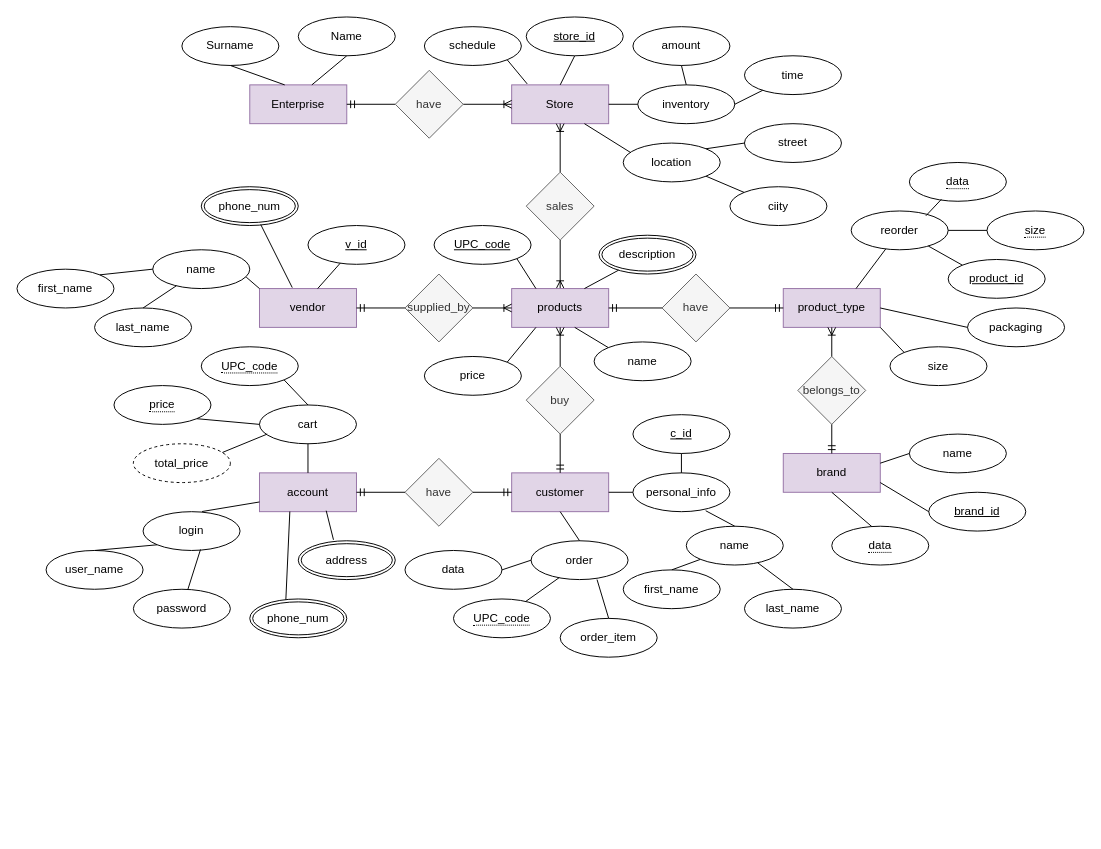
Earlier version of the draw.io diagram Untitled Diagram.drawio (Sayakhatova/DBlab). Source tidied: cells renumbered, new cells numbered last; positions are measured from the earlier drawing's top-left corner, leaving out a move shared by most shapes. Both pictures are drawn from the tidied source at 97%, with x=0, y=0 at pixel (16, 16).
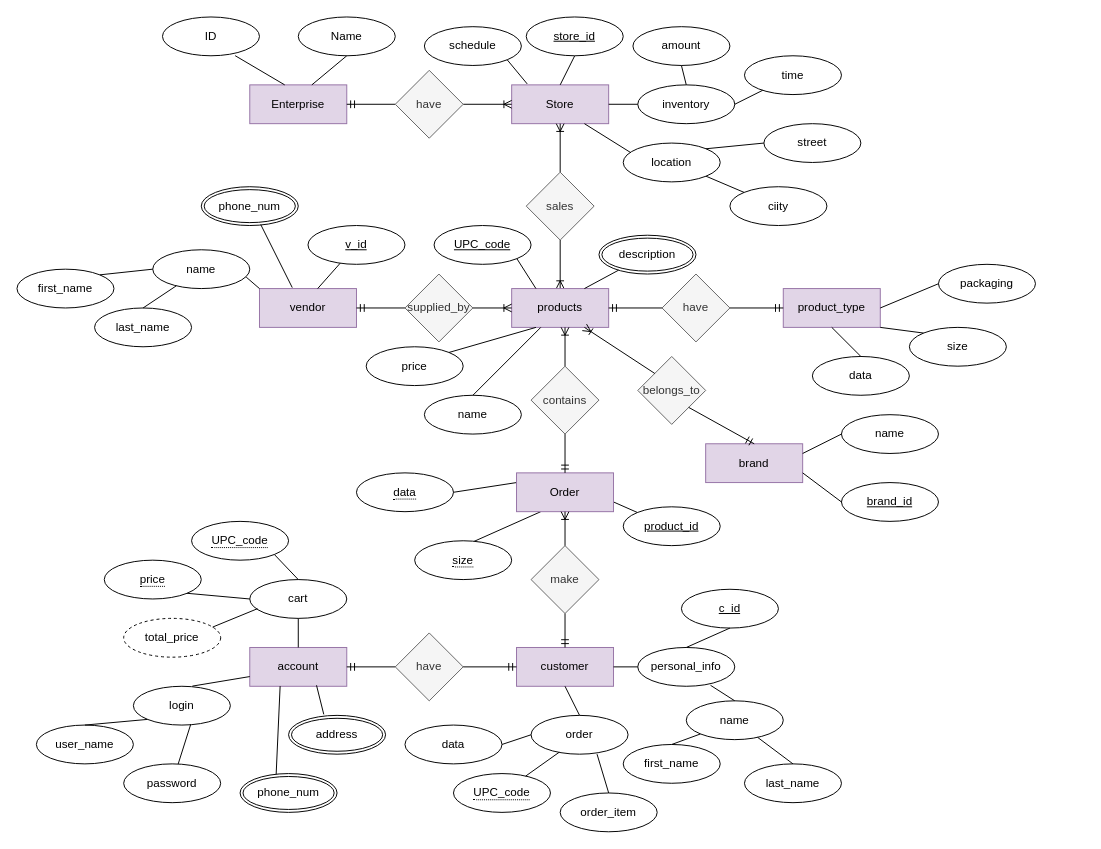
Above is the later version.

Unchanged cells that the change refers to:
```xml
<mxCell id="2" value="Enterprise" style="whiteSpace=wrap;html=1;align=center;rounded=0;sketch=0;fillColor=#e1d5e7;strokeColor=#9673a6;" parent="1" vertex="1">
  <mxGeometry x="240" y="70" width="100" height="40" as="geometry" />
</mxCell>
<mxCell id="29" value="products" style="whiteSpace=wrap;html=1;align=center;rounded=0;sketch=0;fillColor=#e1d5e7;strokeColor=#9673a6;" parent="1" vertex="1">
  <mxGeometry x="510" y="280" width="100" height="40" as="geometry" />
</mxCell>
<mxCell id="31" value="product_type" style="whiteSpace=wrap;html=1;align=center;rounded=0;sketch=0;fillColor=#e1d5e7;strokeColor=#9673a6;" parent="1" vertex="1">
  <mxGeometry x="790" y="280" width="100" height="40" as="geometry" />
</mxCell>
```

Change to the diagram source:
```diff
@@
-    <mxCell id="4" value="Surname" style="ellipse;whiteSpace=wrap;html=1;align=center;rounded=0;sketch=0;" parent="1" vertex="1">
-      <mxGeometry x="170" y="10" width="100" height="40" as="geometry" />
-    </mxCell>
@@
-    <mxCell id="6" style="endArrow=none;html=1;rounded=0;sketch=0;curved=0;exitX=0.5;exitY=1;exitDx=0;exitDy=0;entryX=0.36;entryY=0;entryDx=0;entryDy=0;entryPerimeter=0;" parent="1" edge="1" source="4" target="2">
+    <mxCell id="6" style="endArrow=none;html=1;rounded=0;sketch=0;curved=0;exitX=0.749;exitY=0.997;exitDx=0;exitDy=0;entryX=0.36;entryY=0;entryDx=0;entryDy=0;entryPerimeter=0;exitPerimeter=0;" parent="1" edge="1" source="131" target="2">
       <mxGeometry relative="1" as="geometry" />
     </mxCell>
@@
     <mxCell id="15" value="street" style="ellipse;whiteSpace=wrap;html=1;align=center;rounded=0;sketch=0;" parent="1" vertex="1">
-      <mxGeometry x="750" y="110" width="100" height="40" as="geometry" />
+      <mxGeometry x="770" y="110" width="100" height="40" as="geometry" />
     </mxCell>
@@
     <mxCell id="35" value="customer" style="whiteSpace=wrap;html=1;align=center;rounded=0;sketch=0;fillColor=#e1d5e7;strokeColor=#9673a6;" parent="1" vertex="1">
-      <mxGeometry x="510" y="470" width="100" height="40" as="geometry" />
+      <mxGeometry x="515" y="650" width="100" height="40" as="geometry" />
     </mxCell>
@@
     <mxCell id="37" value="brand" style="whiteSpace=wrap;html=1;align=center;rounded=0;sketch=0;fillColor=#e1d5e7;strokeColor=#9673a6;" parent="1" vertex="1">
-      <mxGeometry x="790" y="450" width="100" height="40" as="geometry" />
+      <mxGeometry x="710" y="440" width="100" height="40" as="geometry" />
     </mxCell>
     <mxCell id="38" value="account" style="whiteSpace=wrap;html=1;align=center;rounded=0;sketch=0;fillColor=#e1d5e7;strokeColor=#9673a6;" parent="1" vertex="1">
-      <mxGeometry x="250" y="470" width="100" height="40" as="geometry" />
+      <mxGeometry x="240" y="650" width="100" height="40" as="geometry" />
     </mxCell>
     <mxCell id="39" value="belongs_to" style="rhombus;whiteSpace=wrap;html=1;rounded=0;sketch=0;fillColor=#f5f5f5;fontColor=#333333;strokeColor=#666666;" parent="1" vertex="1">
-      <mxGeometry x="805" y="350" width="70" height="70" as="geometry" />
+      <mxGeometry x="640" y="350" width="70" height="70" as="geometry" />
     </mxCell>
-    <mxCell id="40" style="fontSize=12;html=1;endArrow=ERmandOne;rounded=1;sketch=0;entryX=0.5;entryY=0;entryDx=0;entryDy=0;exitX=0.5;exitY=1;exitDx=0;exitDy=0;" parent="1" edge="1" source="39" target="37">
+    <mxCell id="40" style="fontSize=12;html=1;endArrow=ERmandOne;rounded=1;sketch=0;entryX=0.5;entryY=0;entryDx=0;entryDy=0;exitX=1;exitY=1;exitDx=0;exitDy=0;" parent="1" edge="1" source="39" target="37">
       <mxGeometry relative="1" as="geometry" />
     </mxCell>
-    <mxCell id="41" style="fontSize=12;html=1;endArrow=ERoneToMany;rounded=1;sketch=0;exitX=0.5;exitY=0;exitDx=0;exitDy=0;entryX=0.5;entryY=1;entryDx=0;entryDy=0;" parent="1" edge="1" source="39" target="31">
+    <mxCell id="41" style="fontSize=12;html=1;endArrow=ERoneToMany;rounded=1;sketch=0;exitX=0;exitY=0;exitDx=0;exitDy=0;entryX=0.75;entryY=1;entryDx=0;entryDy=0;" parent="1" edge="1" source="39" target="29">
       <mxGeometry relative="1" as="geometry" />
     </mxCell>
     <mxCell id="42" value="name" style="ellipse;whiteSpace=wrap;html=1;align=center;rounded=0;sketch=0;" parent="1" vertex="1">
-      <mxGeometry x="920" y="430" width="100" height="40" as="geometry" />
+      <mxGeometry x="850" y="410" width="100" height="40" as="geometry" />
     </mxCell>
     <mxCell id="43" value="brand_id" style="ellipse;whiteSpace=wrap;html=1;align=center;fontStyle=4;rounded=0;sketch=0;" parent="1" vertex="1">
-      <mxGeometry x="940" y="490" width="100" height="40" as="geometry" />
+      <mxGeometry x="850" y="480" width="100" height="40" as="geometry" />
     </mxCell>
@@
-    <mxCell id="46" style="endArrow=none;html=1;rounded=0;sketch=0;entryX=0.42;entryY=0.025;entryDx=0;entryDy=0;exitX=0.5;exitY=1;exitDx=0;exitDy=0;entryPerimeter=0;" parent="1" edge="1" source="37" target="83">
-      <mxGeometry relative="1" as="geometry" />
-    </mxCell>
-    <mxCell id="47" value="reorder" style="ellipse;whiteSpace=wrap;html=1;align=center;rounded=0;sketch=0;" parent="1" vertex="1">
-      <mxGeometry x="860" y="200" width="100" height="40" as="geometry" />
-    </mxCell>
-    <mxCell id="48" style="endArrow=none;html=1;rounded=0;sketch=0;exitX=0.75;exitY=0;exitDx=0;exitDy=0;" parent="1" edge="1" source="31" target="47">
-      <mxGeometry relative="1" as="geometry" />
-    </mxCell>
     <mxCell id="49" value="&lt;span style=&quot;border-bottom: 1px dotted&quot;&gt;data&lt;/span&gt;" style="ellipse;whiteSpace=wrap;html=1;align=center;rounded=0;sketch=0;" parent="1" vertex="1">
-      <mxGeometry x="920" y="150" width="100" height="40" as="geometry" />
+      <mxGeometry x="350" y="470" width="100" height="40" as="geometry" />
     </mxCell>
     <mxCell id="50" style="edgeStyle=none;rounded=1;sketch=0;orthogonalLoop=1;jettySize=auto;html=1;exitX=0.5;exitY=0;exitDx=0;exitDy=0;" parent="1" edge="1">
       <mxGeometry relative="1" as="geometry">
-        <mxPoint x="1040" y="200" as="sourcePoint" />
-        <mxPoint x="1040" y="200" as="targetPoint" />
+        <mxPoint x="920" y="740" as="sourcePoint" />
+        <mxPoint x="920" y="740" as="targetPoint" />
       </mxGeometry>
     </mxCell>
     <mxCell id="51" value="product_id" style="ellipse;whiteSpace=wrap;html=1;align=center;fontStyle=4;rounded=0;sketch=0;" parent="1" vertex="1">
-      <mxGeometry x="960" y="250" width="100" height="40" as="geometry" />
+      <mxGeometry x="625" y="505" width="100" height="40" as="geometry" />
     </mxCell>
-    <mxCell id="52" style="endArrow=none;html=1;rounded=0;sketch=0;exitX=0.77;exitY=0.125;exitDx=0;exitDy=0;entryX=0.33;entryY=0.95;entryDx=0;entryDy=0;exitPerimeter=0;entryPerimeter=0;" parent="1" edge="1" source="47" target="49">
+    <mxCell id="52" style="endArrow=none;html=1;rounded=0;sketch=0;exitX=0;exitY=0.25;exitDx=0;exitDy=0;entryX=1;entryY=0.5;entryDx=0;entryDy=0;" parent="1" edge="1" source="124" target="49">
       <mxGeometry relative="1" as="geometry" />
     </mxCell>
-    <mxCell id="53" style="endArrow=none;html=1;rounded=0;sketch=0;exitX=1;exitY=0.5;exitDx=0;exitDy=0;entryX=0;entryY=0.5;entryDx=0;entryDy=0;" parent="1" edge="1" source="47" target="55">
+    <mxCell id="53" style="endArrow=none;html=1;rounded=0;sketch=0;exitX=0.25;exitY=1;exitDx=0;exitDy=0;entryX=0.603;entryY=0.026;entryDx=0;entryDy=0;entryPerimeter=0;" parent="1" edge="1" source="124" target="55">
       <mxGeometry relative="1" as="geometry" />
     </mxCell>
-    <mxCell id="54" style="endArrow=none;html=1;rounded=0;sketch=0;entryX=0;entryY=0;entryDx=0;entryDy=0;" parent="1" edge="1" source="47" target="51">
+    <mxCell id="54" style="endArrow=none;html=1;rounded=0;sketch=0;entryX=0;entryY=0;entryDx=0;entryDy=0;exitX=1;exitY=0.75;exitDx=0;exitDy=0;" parent="1" edge="1" source="124" target="51">
       <mxGeometry relative="1" as="geometry" />
     </mxCell>
     <mxCell id="55" value="&lt;span style=&quot;border-bottom: 1px dotted&quot;&gt;size&lt;/span&gt;" style="ellipse;whiteSpace=wrap;html=1;align=center;rounded=0;sketch=0;" parent="1" vertex="1">
-      <mxGeometry x="1000" y="200" width="100" height="40" as="geometry" />
+      <mxGeometry x="410" y="540" width="100" height="40" as="geometry" />
     </mxCell>
     <mxCell id="56" value="size" style="ellipse;whiteSpace=wrap;html=1;align=center;rounded=0;sketch=0;" parent="1" vertex="1">
-      <mxGeometry x="900" y="340" width="100" height="40" as="geometry" />
+      <mxGeometry x="920" y="320" width="100" height="40" as="geometry" />
     </mxCell>
@@
     <mxCell id="58" value="packaging" style="ellipse;whiteSpace=wrap;html=1;align=center;rounded=0;sketch=0;" parent="1" vertex="1">
-      <mxGeometry x="980" y="300" width="100" height="40" as="geometry" />
+      <mxGeometry x="950" y="255" width="100" height="40" as="geometry" />
     </mxCell>
@@
-    <mxCell id="60" value="name" style="ellipse;whiteSpace=wrap;html=1;align=center;rounded=0;sketch=0;" parent="1" vertex="1">
-      <mxGeometry x="595" y="335" width="100" height="40" as="geometry" />
+    <mxCell id="60" value="name" style="ellipse;whiteSpace=wrap;html=1;align=center;rounded=0;sketch=0;direction=west;" parent="1" vertex="1">
+      <mxGeometry x="420" y="390" width="100" height="40" as="geometry" />
     </mxCell>
-    <mxCell id="61" style="endArrow=none;html=1;rounded=0;sketch=0;exitX=0.65;exitY=1;exitDx=0;exitDy=0;entryX=0;entryY=0;entryDx=0;entryDy=0;exitPerimeter=0;" parent="1" edge="1" source="29" target="60">
-      <mxGeometry relative="1" as="geometry" />
+    <mxCell id="61" style="endArrow=none;html=1;rounded=0;sketch=0;entryX=0.5;entryY=1;entryDx=0;entryDy=0;" parent="1" edge="1" target="60">
+      <mxGeometry relative="1" as="geometry">
+        <mxPoint x="540" y="320" as="sourcePoint" />
+      </mxGeometry>
     </mxCell>
@@
-    <mxCell id="64" value="buy" style="rhombus;whiteSpace=wrap;html=1;rounded=0;sketch=0;fillColor=#f5f5f5;fontColor=#333333;strokeColor=#666666;" parent="1" vertex="1">
-      <mxGeometry x="525" y="360" width="70" height="70" as="geometry" />
+    <mxCell id="64" value="make" style="rhombus;whiteSpace=wrap;html=1;rounded=0;sketch=0;fillColor=#f5f5f5;fontColor=#333333;strokeColor=#666666;" parent="1" vertex="1">
+      <mxGeometry x="530" y="545" width="70" height="70" as="geometry" />
     </mxCell>
@@
-    <mxCell id="66" style="fontSize=12;html=1;endArrow=ERoneToMany;rounded=1;sketch=0;exitX=0.5;exitY=0;exitDx=0;exitDy=0;entryX=0.5;entryY=1;entryDx=0;entryDy=0;" parent="1" edge="1" source="64" target="29">
-      <mxGeometry relative="1" as="geometry" />
-    </mxCell>
     <mxCell id="67" value="have" style="rhombus;whiteSpace=wrap;html=1;rounded=0;sketch=0;fillColor=#f5f5f5;fontColor=#333333;strokeColor=#666666;" parent="1" vertex="1">
-      <mxGeometry x="400" y="455" width="70" height="70" as="geometry" />
+      <mxGeometry x="390" y="635" width="70" height="70" as="geometry" />
     </mxCell>
@@
     <mxCell id="70" value="c_id" style="ellipse;whiteSpace=wrap;html=1;align=center;fontStyle=4;rounded=0;sketch=0;" parent="1" vertex="1">
-      <mxGeometry x="635" y="410" width="100" height="40" as="geometry" />
+      <mxGeometry x="685" y="590" width="100" height="40" as="geometry" />
     </mxCell>
     <mxCell id="71" value="personal_info" style="ellipse;whiteSpace=wrap;html=1;align=center;rounded=0;sketch=0;" parent="1" vertex="1">
-      <mxGeometry x="635" y="470" width="100" height="40" as="geometry" />
+      <mxGeometry x="640" y="650" width="100" height="40" as="geometry" />
     </mxCell>
@@
     <mxCell id="73" value="name" style="ellipse;whiteSpace=wrap;html=1;align=center;rounded=0;sketch=0;" parent="1" vertex="1">
-      <mxGeometry x="690" y="525" width="100" height="40" as="geometry" />
+      <mxGeometry x="690" y="705" width="100" height="40" as="geometry" />
     </mxCell>
     <mxCell id="74" value="first_name" style="ellipse;whiteSpace=wrap;html=1;align=center;rounded=0;sketch=0;" parent="1" vertex="1">
-      <mxGeometry x="625" y="570" width="100" height="40" as="geometry" />
+      <mxGeometry x="625" y="750" width="100" height="40" as="geometry" />
     </mxCell>
     <mxCell id="75" value="last_name" style="ellipse;whiteSpace=wrap;html=1;align=center;rounded=0;sketch=0;" parent="1" vertex="1">
-      <mxGeometry x="750" y="590" width="100" height="40" as="geometry" />
+      <mxGeometry x="750" y="770" width="100" height="40" as="geometry" />
     </mxCell>
@@
     <mxCell id="80" value="order" style="ellipse;whiteSpace=wrap;html=1;align=center;rounded=0;sketch=0;" parent="1" vertex="1">
-      <mxGeometry x="530" y="540" width="100" height="40" as="geometry" />
+      <mxGeometry x="530" y="720" width="100" height="40" as="geometry" />
     </mxCell>
@@
     <mxCell id="82" value="data" style="ellipse;whiteSpace=wrap;html=1;align=center;rounded=0;sketch=0;" parent="1" vertex="1">
-      <mxGeometry x="400" y="550" width="100" height="40" as="geometry" />
+      <mxGeometry x="400" y="730" width="100" height="40" as="geometry" />
     </mxCell>
-    <mxCell id="83" value="&lt;span style=&quot;border-bottom: 1px dotted&quot;&gt;data&lt;/span&gt;" style="ellipse;whiteSpace=wrap;html=1;align=center;rounded=0;sketch=0;" parent="1" vertex="1">
-      <mxGeometry x="840" y="525" width="100" height="40" as="geometry" />
-    </mxCell>
     <mxCell id="84" value="&lt;span style=&quot;border-bottom: 1px dotted&quot;&gt;UPC_code&lt;/span&gt;" style="ellipse;whiteSpace=wrap;html=1;align=center;rounded=0;sketch=0;" parent="1" vertex="1">
-      <mxGeometry x="450" y="600" width="100" height="40" as="geometry" />
+      <mxGeometry x="450" y="780" width="100" height="40" as="geometry" />
     </mxCell>
@@
     <mxCell id="86" value="order_item" style="ellipse;whiteSpace=wrap;html=1;align=center;rounded=0;sketch=0;" parent="1" vertex="1">
-      <mxGeometry x="560" y="620" width="100" height="40" as="geometry" />
+      <mxGeometry x="560" y="800" width="100" height="40" as="geometry" />
     </mxCell>
@@
     <mxCell id="91" value="price" style="ellipse;whiteSpace=wrap;html=1;align=center;rounded=0;sketch=0;" parent="1" vertex="1">
-      <mxGeometry x="420" y="350" width="100" height="40" as="geometry" />
+      <mxGeometry x="360" y="340" width="100" height="40" as="geometry" />
     </mxCell>
@@
     <mxCell id="93" value="cart" style="ellipse;whiteSpace=wrap;html=1;align=center;rounded=0;sketch=0;" parent="1" vertex="1">
-      <mxGeometry x="250" y="400" width="100" height="40" as="geometry" />
+      <mxGeometry x="240" y="580" width="100" height="40" as="geometry" />
     </mxCell>
@@
     <mxCell id="98" value="&lt;span style=&quot;border-bottom: 1px dotted&quot;&gt;UPC_code&lt;/span&gt;" style="ellipse;whiteSpace=wrap;html=1;align=center;rounded=0;sketch=0;" parent="1" vertex="1">
-      <mxGeometry x="190" y="340" width="100" height="40" as="geometry" />
+      <mxGeometry x="180" y="520" width="100" height="40" as="geometry" />
     </mxCell>
     <mxCell id="99" value="&lt;span style=&quot;border-bottom: 1px dotted&quot;&gt;price&lt;/span&gt;" style="ellipse;whiteSpace=wrap;html=1;align=center;rounded=0;sketch=0;" parent="1" vertex="1">
-      <mxGeometry x="100" y="380" width="100" height="40" as="geometry" />
+      <mxGeometry x="90" y="560" width="100" height="40" as="geometry" />
     </mxCell>
     <mxCell id="100" value="total_price" style="ellipse;whiteSpace=wrap;html=1;align=center;dashed=1;rounded=0;sketch=0;" parent="1" vertex="1">
-      <mxGeometry x="120" y="440" width="100" height="40" as="geometry" />
+      <mxGeometry x="110" y="620" width="100" height="40" as="geometry" />
     </mxCell>
@@
     <mxCell id="102" style="endArrow=none;html=1;rounded=0;sketch=0;exitX=1;exitY=1;exitDx=0;exitDy=0;" parent="1" edge="1" source="99">
       <mxGeometry relative="1" as="geometry">
-        <mxPoint x="250" y="420" as="targetPoint" />
+        <mxPoint x="240" y="600" as="targetPoint" />
       </mxGeometry>
     </mxCell>
@@
     <mxCell id="104" value="login" style="ellipse;whiteSpace=wrap;html=1;align=center;rounded=0;sketch=0;" parent="1" vertex="1">
-      <mxGeometry x="130" y="510" width="100" height="40" as="geometry" />
+      <mxGeometry x="120" y="690" width="100" height="40" as="geometry" />
     </mxCell>
     <mxCell id="105" value="user_name" style="ellipse;whiteSpace=wrap;html=1;align=center;rounded=0;sketch=0;" parent="1" vertex="1">
-      <mxGeometry x="30" y="550" width="100" height="40" as="geometry" />
+      <mxGeometry x="20" y="730" width="100" height="40" as="geometry" />
     </mxCell>
     <mxCell id="106" value="password" style="ellipse;whiteSpace=wrap;html=1;align=center;rounded=0;sketch=0;" parent="1" vertex="1">
-      <mxGeometry x="120" y="590" width="100" height="40" as="geometry" />
+      <mxGeometry x="110" y="770" width="100" height="40" as="geometry" />
     </mxCell>
@@
     <mxCell id="110" value="address" style="ellipse;shape=doubleEllipse;margin=3;whiteSpace=wrap;html=1;align=center;rounded=0;sketch=0;" parent="1" vertex="1">
-      <mxGeometry x="290" y="540" width="100" height="40" as="geometry" />
+      <mxGeometry x="280" y="720" width="100" height="40" as="geometry" />
     </mxCell>
@@
     <mxCell id="112" value="phone_num" style="ellipse;shape=doubleEllipse;margin=3;whiteSpace=wrap;html=1;align=center;rounded=0;sketch=0;" parent="1" vertex="1">
-      <mxGeometry x="240" y="600" width="100" height="40" as="geometry" />
+      <mxGeometry x="230" y="780" width="100" height="40" as="geometry" />
     </mxCell>
@@
+    <mxCell id="124" value="Order" style="whiteSpace=wrap;html=1;align=center;fillColor=#e1d5e7;strokeColor=#9673a6;" parent="1" vertex="1">
+      <mxGeometry x="515" y="470" width="100" height="40" as="geometry" />
+    </mxCell>
+    <mxCell id="83" value="data" style="ellipse;whiteSpace=wrap;html=1;align=center;" parent="1" vertex="1">
+      <mxGeometry x="820" y="350" width="100" height="40" as="geometry" />
+    </mxCell>
+    <mxCell id="125" style="endArrow=none;html=1;rounded=0;sketch=0;exitX=0.5;exitY=1;exitDx=0;exitDy=0;entryX=0.5;entryY=0;entryDx=0;entryDy=0;" parent="1" edge="1" source="31" target="83">
+      <mxGeometry relative="1" as="geometry" />
+    </mxCell>
+    <mxCell id="126" style="edgeStyle=orthogonalEdgeStyle;rounded=0;orthogonalLoop=1;jettySize=auto;html=1;exitX=0.5;exitY=1;exitDx=0;exitDy=0;" parent="1" edge="1" source="91" target="91">
+      <mxGeometry relative="1" as="geometry" />
+    </mxCell>
+    <mxCell id="127" style="fontSize=12;html=1;endArrow=ERoneToMany;rounded=1;sketch=0;exitX=0.5;exitY=0;exitDx=0;exitDy=0;entryX=0.5;entryY=1;entryDx=0;entryDy=0;" parent="1" edge="1" source="64" target="124">
+      <mxGeometry relative="1" as="geometry" />
+    </mxCell>
+    <mxCell id="128" value="contains" style="rhombus;whiteSpace=wrap;html=1;rounded=0;sketch=0;fillColor=#f5f5f5;fontColor=#333333;strokeColor=#666666;" parent="1" vertex="1">
+      <mxGeometry x="530" y="360" width="70" height="70" as="geometry" />
+    </mxCell>
+    <mxCell id="129" style="fontSize=12;html=1;endArrow=ERoneToMany;rounded=1;sketch=0;exitX=0.5;exitY=0;exitDx=0;exitDy=0;" parent="1" edge="1" source="128">
+      <mxGeometry relative="1" as="geometry">
+        <mxPoint x="565" y="320" as="targetPoint" />
+      </mxGeometry>
+    </mxCell>
+    <mxCell id="130" style="fontSize=12;html=1;endArrow=ERmandOne;rounded=1;sketch=0;entryX=0.5;entryY=0;entryDx=0;entryDy=0;exitX=0.5;exitY=1;exitDx=0;exitDy=0;" parent="1" edge="1" source="128" target="124">
+      <mxGeometry relative="1" as="geometry" />
+    </mxCell>
+    <mxCell id="131" value="ID" style="ellipse;whiteSpace=wrap;html=1;align=center;" parent="1" vertex="1">
+      <mxGeometry x="150" width="100" height="40" as="geometry" />
+    </mxCell>
```
